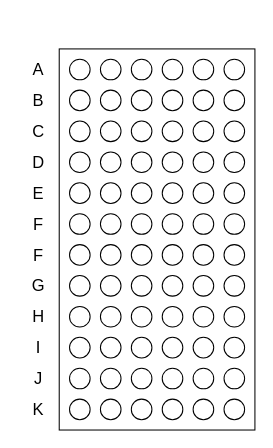
Earlier version of the draw.io diagram images/srf05-rpi.drawio (darvik80/rpi-robot). Source tidied: cells renumbered, new cells numbered last; positions are measured from the earlier drawing's top-left corner, leaving out a move shared by most shapes. Both pictures are drawn from the tidied source at 103%, with x=0, y=0 at pixel (18, 48).
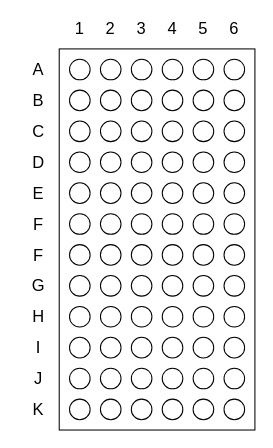
Above is the later version.

Change to the diagram source:
```diff
@@
+    <mxCell id="90" value="1" style="text;strokeColor=none;fillColor=none;html=1;align=center;verticalAlign=middle;whiteSpace=wrap;rounded=0;fontSize=16;" parent="1" vertex="1">
+      <mxGeometry x="50" y="-30" width="20" height="20" as="geometry" />
+    </mxCell>
+    <mxCell id="91" value="2" style="text;strokeColor=none;fillColor=none;html=1;align=center;verticalAlign=middle;whiteSpace=wrap;rounded=0;fontSize=16;" parent="1" vertex="1">
+      <mxGeometry x="80" y="-30" width="20" height="20" as="geometry" />
+    </mxCell>
+    <mxCell id="92" value="3" style="text;strokeColor=none;fillColor=none;html=1;align=center;verticalAlign=middle;whiteSpace=wrap;rounded=0;fontSize=16;" parent="1" vertex="1">
+      <mxGeometry x="110" y="-30" width="20" height="20" as="geometry" />
+    </mxCell>
+    <mxCell id="93" value="4" style="text;strokeColor=none;fillColor=none;html=1;align=center;verticalAlign=middle;whiteSpace=wrap;rounded=0;fontSize=16;" parent="1" vertex="1">
+      <mxGeometry x="140" y="-30" width="20" height="20" as="geometry" />
+    </mxCell>
+    <mxCell id="94" value="5" style="text;strokeColor=none;fillColor=none;html=1;align=center;verticalAlign=middle;whiteSpace=wrap;rounded=0;fontSize=16;" parent="1" vertex="1">
+      <mxGeometry x="170" y="-30" width="20" height="20" as="geometry" />
+    </mxCell>
+    <mxCell id="95" value="6" style="text;strokeColor=none;fillColor=none;html=1;align=center;verticalAlign=middle;whiteSpace=wrap;rounded=0;fontSize=16;" parent="1" vertex="1">
+      <mxGeometry x="200" y="-30" width="20" height="20" as="geometry" />
+    </mxCell>
```
